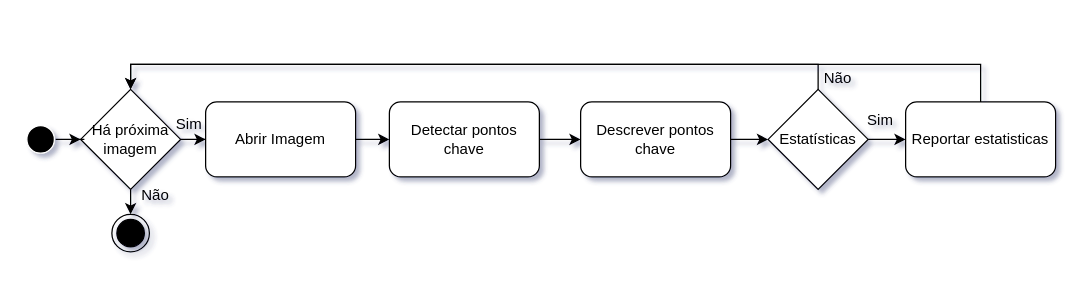
Earlier version of the draw.io diagram page "Fluxo_imagens" (3 of 6) of Final_Diagrams.drawio (tatorj/Tcc). Source tidied: cells renumbered, new cells numbered last; positions are measured from the earlier drawing's top-left corner, leaving out a move shared by most shapes. Both pictures are drawn from the tidied source at 125%, with x=0, y=0 at pixel (21, 59).
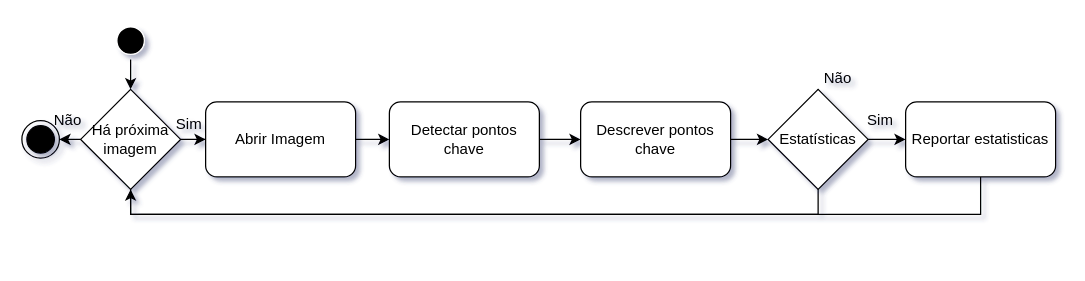
Above is the later version.

The change refers to these unchanged cells:
```xml
<mxCell id="9" value="Reportar estatisticas" style="rounded=1;whiteSpace=wrap;html=1;" parent="1" vertex="1">
  <mxGeometry x="707" y="34" width="120" height="60" as="geometry" />
</mxCell>
<mxCell id="12" value="Estatísticas" style="rhombus;whiteSpace=wrap;html=1;" parent="1" vertex="1">
  <mxGeometry x="597" y="24" width="80" height="80" as="geometry" />
</mxCell>
<mxCell id="15" value="Há próxima imagem" style="rhombus;whiteSpace=wrap;html=1;" parent="1" vertex="1">
  <mxGeometry x="47" y="24" width="80" height="80" as="geometry" />
</mxCell>
```

The edit, as a diff of the source:
```diff
@@
-    <mxCell id="8" style="edgeStyle=orthogonalEdgeStyle;rounded=0;jettySize=auto;html=1;exitX=0.5;exitY=0;exitDx=0;exitDy=0;entryX=0.5;entryY=0;entryDx=0;entryDy=0;" parent="1" edge="1" source="9" target="15">
+    <mxCell id="8" style="edgeStyle=orthogonalEdgeStyle;rounded=0;jettySize=auto;html=1;exitX=0.5;exitY=0;exitDx=0;exitDy=0;entryX=0.5;entryY=1;entryDx=0;entryDy=0;" parent="1" edge="1" source="9" target="15">
       <mxGeometry relative="1" as="geometry">
         <Array as="points">
-          <mxPoint x="767" y="4" />
-          <mxPoint x="87" y="4" />
+          <mxPoint x="767" y="124" />
+          <mxPoint x="87" y="124" />
         </Array>
       </mxGeometry>
     </mxCell>
@@
     <mxCell id="11" style="edgeStyle=orthogonalEdgeStyle;rounded=0;jettySize=auto;html=1;exitX=0.5;exitY=0;exitDx=0;exitDy=0;" parent="1" edge="1" source="12">
       <mxGeometry relative="1" as="geometry">
         <mxPoint x="87" y="24" as="targetPoint" />
         <Array as="points">
-          <mxPoint x="637" y="4" />
-          <mxPoint x="87" y="4" />
+          <mxPoint x="637" y="124" />
+          <mxPoint x="87" y="124" />
         </Array>
       </mxGeometry>
     </mxCell>
@@
-    <mxCell id="14" style="edgeStyle=orthogonalEdgeStyle;rounded=0;jettySize=auto;html=1;exitX=0.5;exitY=1;exitDx=0;exitDy=0;entryX=0.5;entryY=0;entryDx=0;entryDy=0;" parent="1" edge="1" source="15" target="21">
+    <mxCell id="14" style="edgeStyle=orthogonalEdgeStyle;rounded=0;jettySize=auto;html=1;exitX=0;exitY=0.5;exitDx=0;exitDy=0;entryX=1;entryY=0.5;entryDx=0;entryDy=0;" parent="1" edge="1" source="15" target="21">
       <mxGeometry relative="1" as="geometry" />
     </mxCell>
@@
-    <mxCell id="16" style="edgeStyle=orthogonalEdgeStyle;rounded=0;jettySize=auto;html=1;" parent="1" edge="1" source="17" target="15">
+    <mxCell id="16" style="edgeStyle=orthogonalEdgeStyle;rounded=0;jettySize=auto;html=1;exitX=0.5;exitY=1;exitDx=0;exitDy=0;entryX=0.5;entryY=0;entryDx=0;entryDy=0;" parent="1" edge="1" source="17" target="15">
       <mxGeometry relative="1" as="geometry" />
     </mxCell>
     <mxCell id="17" style="ellipse;html=1;shape=startState;fillColor=#000000;strokeColor=#FFFFFF;" parent="1" vertex="1">
-      <mxGeometry y="49" width="30" height="30" as="geometry" />
+      <mxGeometry x="72" y="-30" width="30" height="30" as="geometry" />
     </mxCell>
@@
     <mxCell id="21" style="ellipse;html=1;shape=endState;fillColor=#000000;strokeColor=#000000;" parent="1" vertex="1">
-      <mxGeometry x="72" y="124" width="30" height="30" as="geometry" />
+      <mxGeometry y="49" width="30" height="30" as="geometry" />
     </mxCell>
     <mxCell id="22" value="Não" style="text;html=1;strokeColor=none;fillColor=none;align=center;verticalAlign=middle;whiteSpace=wrap;rounded=0;" parent="1" vertex="1">
-      <mxGeometry x="77" y="94" width="60" height="30" as="geometry" />
+      <mxGeometry x="7" y="34" width="60" height="30" as="geometry" />
     </mxCell>
```
